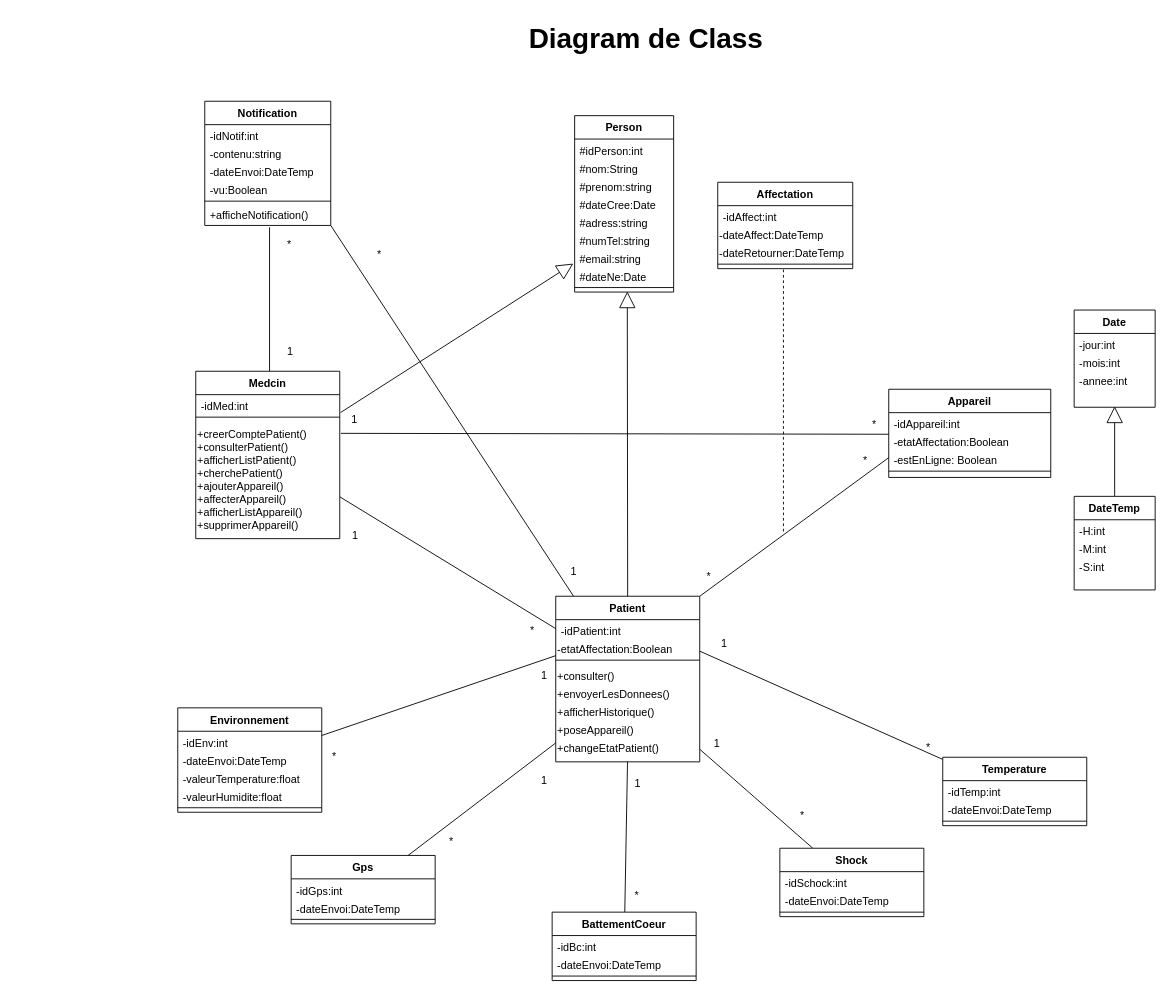
The draw.io diagram Untitled Diagram.drawio in AliAkram7/Univ-MLT-v01, before the edit. Source tidied: cells renumbered, new cells numbered last; positions are measured from the earlier drawing's top-left corner, leaving out a move shared by most shapes. Both pictures are drawn from the tidied source at 90%, with x=0, y=0 at pixel (15, 15).
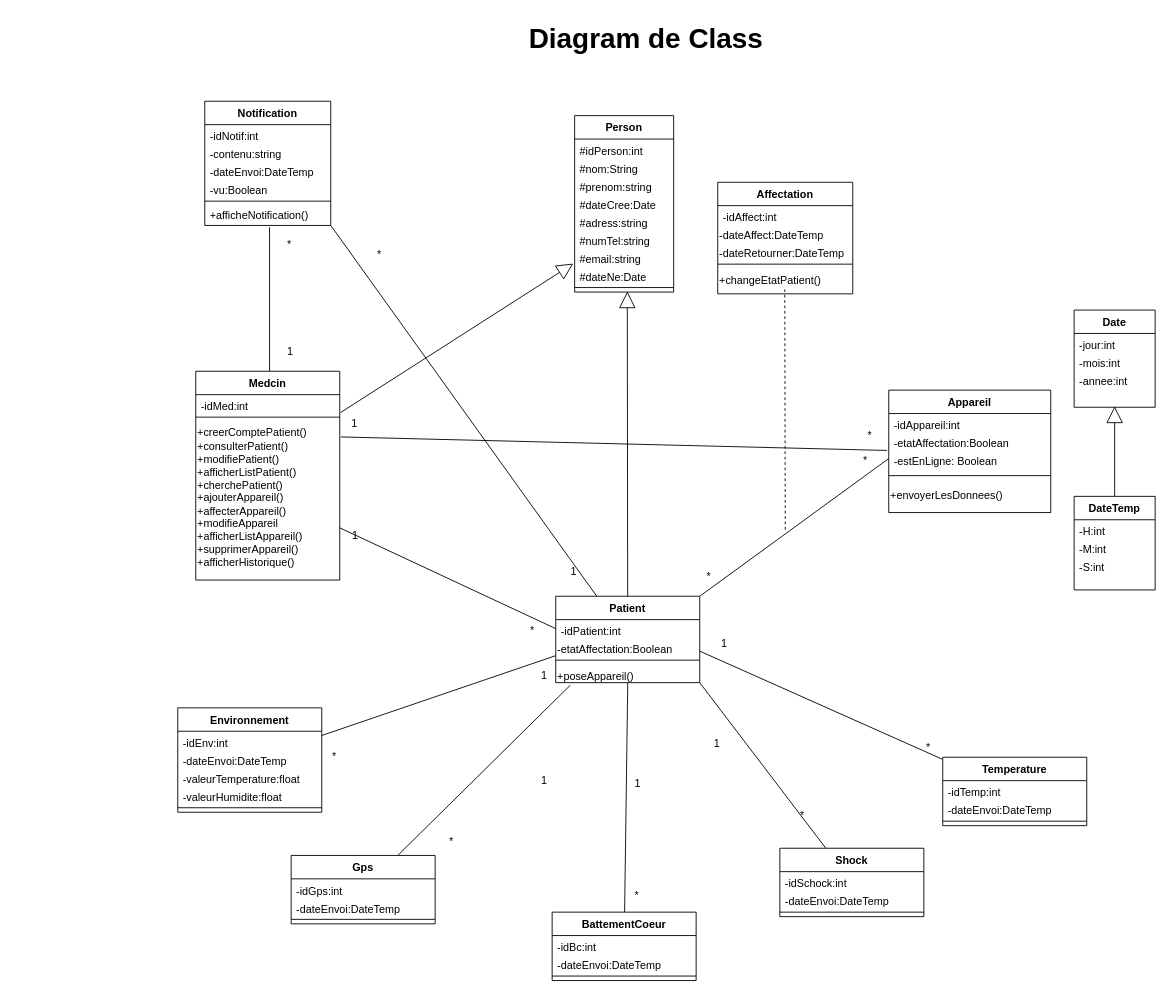
After the change.

The change refers to these unchanged cells:
```xml
<mxCell id="10" value="-etatAffectation:Boolean" style="text;align=left;verticalAlign=top;spacingLeft=4;spacingRight=4;overflow=hidden;points=[[0,0.5],[1,0.5]];portConstraint=eastwest;rounded=0;shadow=0;html=0;" parent="8" vertex="1">
  <mxGeometry y="46" width="180" height="20" as="geometry" />
</mxCell>
<mxCell id="45" value="Gps" style="swimlane;fontStyle=1;align=center;verticalAlign=top;horizontal=1;startSize=26;" parent="1" vertex="1">
  <mxGeometry x="306" y="933" width="160" height="76" as="geometry" />
</mxCell>
<mxCell id="57" value="BattementCoeur" style="swimlane;fontStyle=1;align=center;verticalAlign=top;horizontal=1;startSize=26;" parent="1" vertex="1">
  <mxGeometry x="596" y="996" width="160" height="76" as="geometry" />
</mxCell>
<mxCell id="62" value="Shock" style="swimlane;fontStyle=1;align=center;verticalAlign=top;horizontal=1;startSize=26;" parent="1" vertex="1">
  <mxGeometry x="849" y="925" width="160" height="76" as="geometry" />
</mxCell>
```

What changed in the source:
```diff
@@
     <mxCell id="4" value="Medcin" style="swimlane;fontStyle=1;align=center;verticalAlign=top;horizontal=1;startSize=26;rounded=0;shadow=0;strokeWidth=1;" parent="1" vertex="1">
-      <mxGeometry x="200" y="395" width="160" height="186" as="geometry" />
+      <mxGeometry x="200" y="395" width="160" height="232" as="geometry" />
     </mxCell>
@@
-    <mxCell id="7" value="&lt;font style=&quot;font-size: 12px;&quot;&gt;&lt;span data-lucid-content=&quot;{&amp;quot;t&amp;quot;:&amp;quot;+creerComptePatient()\n+consulterPatient()\n+signalerPatient()\n+afficherListPatient()\n+cherchePatient()\n+ajouterAppareil()\n+affecterAppareil()\n+afficherListAppareil()\n+supprimerAppareil()\n&amp;quot;,&amp;quot;m&amp;quot;:[{&amp;quot;s&amp;quot;:0,&amp;quot;n&amp;quot;:&amp;quot;c&amp;quot;,&amp;quot;v&amp;quot;:&amp;quot;#333333ff&amp;quot;,&amp;quot;e&amp;quot;:186}]}&quot; style=&quot;font-size: 12px;&quot;&gt;&lt;span style=&quot;font-size: 12px;&quot;&gt;+creerComptePatient()&lt;br style=&quot;font-size: 12px;&quot;&gt;&lt;/span&gt;&lt;/span&gt;&lt;/font&gt;&lt;div&gt;&lt;font style=&quot;font-size: 12px;&quot;&gt;&lt;span data-lucid-content=&quot;{&amp;quot;t&amp;quot;:&amp;quot;+creerComptePatient()\n+consulterPatient()\n+signalerPatient()\n+afficherListPatient()\n+cherchePatient()\n+ajouterAppareil()\n+affecterAppareil()\n+afficherListAppareil()\n+supprimerAppareil()\n&amp;quot;,&amp;quot;m&amp;quot;:[{&amp;quot;s&amp;quot;:0,&amp;quot;n&amp;quot;:&amp;quot;c&amp;quot;,&amp;quot;v&amp;quot;:&amp;quot;#333333ff&amp;quot;,&amp;quot;e&amp;quot;:186}]}&quot; style=&quot;font-size: 12px;&quot;&gt;&lt;span style=&quot;font-size: 12px;&quot;&gt;+consulterPatient()&lt;/span&gt;&lt;span style=&quot;font-size: 12px;&quot;&gt;&lt;br&gt;&lt;/span&gt;&lt;/span&gt;&lt;/font&gt;&lt;/div&gt;&lt;div&gt;&lt;font style=&quot;font-size: 12px;&quot;&gt;&lt;span data-lucid-content=&quot;{&amp;quot;t&amp;quot;:&amp;quot;+creerComptePatient()\n+consulterPatient()\n+signalerPatient()\n+afficherListPatient()\n+cherchePatient()\n+ajouterAppareil()\n+affecterAppareil()\n+afficherListAppareil()\n+supprimerAppareil()\n&amp;quot;,&amp;quot;m&amp;quot;:[{&amp;quot;s&amp;quot;:0,&amp;quot;n&amp;quot;:&amp;quot;c&amp;quot;,&amp;quot;v&amp;quot;:&amp;quot;#333333ff&amp;quot;,&amp;quot;e&amp;quot;:186}]}&quot; style=&quot;font-size: 12px;&quot;&gt;&lt;span style=&quot;font-size: 12px;&quot;&gt;&lt;/span&gt;&lt;/span&gt;&lt;/font&gt;&lt;/div&gt;&lt;font style=&quot;font-size: 12px;&quot;&gt;&lt;span data-lucid-content=&quot;{&amp;quot;t&amp;quot;:&amp;quot;+creerComptePatient()\n+consulterPatient()\n+signalerPatient()\n+afficherListPatient()\n+cherchePatient()\n+ajouterAppareil()\n+affecterAppareil()\n+afficherListAppareil()\n+supprimerAppareil()\n&amp;quot;,&amp;quot;m&amp;quot;:[{&amp;quot;s&amp;quot;:0,&amp;quot;n&amp;quot;:&amp;quot;c&amp;quot;,&amp;quot;v&amp;quot;:&amp;quot;#333333ff&amp;quot;,&amp;quot;e&amp;quot;:186}]}&quot; style=&quot;font-size: 12px;&quot;&gt;&lt;span style=&quot;font-size: 12px;&quot;&gt;+afficherListPatient()&lt;br style=&quot;font-size: 12px;&quot;&gt;&lt;/span&gt;&lt;span style=&quot;font-size: 12px;&quot;&gt;+cherchePatient()&lt;br style=&quot;font-size: 12px;&quot;&gt;&lt;/span&gt;&lt;span style=&quot;font-size: 12px;&quot;&gt;+ajouterAppareil()&lt;br style=&quot;font-size: 12px;&quot;&gt;&lt;/span&gt;&lt;span style=&quot;font-size: 12px;&quot;&gt;+affecterAppareil()&lt;br style=&quot;font-size: 12px;&quot;&gt;&lt;/span&gt;&lt;span style=&quot;font-size: 12px;&quot;&gt;+afficherListAppareil()&lt;br style=&quot;font-size: 12px;&quot;&gt;&lt;/span&gt;&lt;span style=&quot;font-size: 12px;&quot;&gt;+supprimerAppareil()&lt;br style=&quot;font-size: 12px;&quot;&gt;&lt;/span&gt;&lt;/span&gt;&lt;/font&gt;" style="text;html=1;align=left;verticalAlign=middle;points=[];strokeColor=none;fillColor=none;fontSize=12;fontColor=default;horizontal=1;labelBackgroundColor=none;" parent="4" vertex="1">
-      <mxGeometry y="56" width="160" height="130" as="geometry" />
+    <mxCell id="7" value="&lt;font style=&quot;font-size: 12px;&quot;&gt;&lt;span data-lucid-content=&quot;{&amp;quot;t&amp;quot;:&amp;quot;+creerComptePatient()\n+consulterPatient()\n+signalerPatient()\n+afficherListPatient()\n+cherchePatient()\n+ajouterAppareil()\n+affecterAppareil()\n+afficherListAppareil()\n+supprimerAppareil()\n&amp;quot;,&amp;quot;m&amp;quot;:[{&amp;quot;s&amp;quot;:0,&amp;quot;n&amp;quot;:&amp;quot;c&amp;quot;,&amp;quot;v&amp;quot;:&amp;quot;#333333ff&amp;quot;,&amp;quot;e&amp;quot;:186}]}&quot; style=&quot;font-size: 12px;&quot;&gt;&lt;span style=&quot;font-size: 12px;&quot;&gt;+creerComptePatient()&lt;br style=&quot;font-size: 12px;&quot;&gt;&lt;/span&gt;&lt;/span&gt;&lt;/font&gt;&lt;div&gt;&lt;font style=&quot;font-size: 12px;&quot;&gt;&lt;span data-lucid-content=&quot;{&amp;quot;t&amp;quot;:&amp;quot;+creerComptePatient()\n+consulterPatient()\n+signalerPatient()\n+afficherListPatient()\n+cherchePatient()\n+ajouterAppareil()\n+affecterAppareil()\n+afficherListAppareil()\n+supprimerAppareil()\n&amp;quot;,&amp;quot;m&amp;quot;:[{&amp;quot;s&amp;quot;:0,&amp;quot;n&amp;quot;:&amp;quot;c&amp;quot;,&amp;quot;v&amp;quot;:&amp;quot;#333333ff&amp;quot;,&amp;quot;e&amp;quot;:186}]}&quot; style=&quot;font-size: 12px;&quot;&gt;&lt;span style=&quot;font-size: 12px;&quot;&gt;+consulterPatient()&lt;/span&gt;&lt;span style=&quot;font-size: 12px;&quot;&gt;&lt;br&gt;&lt;/span&gt;&lt;/span&gt;&lt;/font&gt;&lt;/div&gt;&lt;div&gt;&lt;font style=&quot;font-size: 12px;&quot;&gt;&lt;span data-lucid-content=&quot;{&amp;quot;t&amp;quot;:&amp;quot;+creerComptePatient()\n+consulterPatient()\n+signalerPatient()\n+afficherListPatient()\n+cherchePatient()\n+ajouterAppareil()\n+affecterAppareil()\n+afficherListAppareil()\n+supprimerAppareil()\n&amp;quot;,&amp;quot;m&amp;quot;:[{&amp;quot;s&amp;quot;:0,&amp;quot;n&amp;quot;:&amp;quot;c&amp;quot;,&amp;quot;v&amp;quot;:&amp;quot;#333333ff&amp;quot;,&amp;quot;e&amp;quot;:186}]}&quot; style=&quot;font-size: 12px;&quot;&gt;&lt;span style=&quot;font-size: 12px;&quot;&gt;+modifiePatient()&lt;br&gt;&lt;/span&gt;&lt;/span&gt;&lt;/font&gt;&lt;/div&gt;&lt;div&gt;&lt;font style=&quot;font-size: 12px;&quot;&gt;&lt;span data-lucid-content=&quot;{&amp;quot;t&amp;quot;:&amp;quot;+creerComptePatient()\n+consulterPatient()\n+signalerPatient()\n+afficherListPatient()\n+cherchePatient()\n+ajouterAppareil()\n+affecterAppareil()\n+afficherListAppareil()\n+supprimerAppareil()\n&amp;quot;,&amp;quot;m&amp;quot;:[{&amp;quot;s&amp;quot;:0,&amp;quot;n&amp;quot;:&amp;quot;c&amp;quot;,&amp;quot;v&amp;quot;:&amp;quot;#333333ff&amp;quot;,&amp;quot;e&amp;quot;:186}]}&quot; style=&quot;font-size: 12px;&quot;&gt;&lt;span style=&quot;font-size: 12px;&quot;&gt;&lt;/span&gt;&lt;/span&gt;&lt;/font&gt;&lt;/div&gt;&lt;font style=&quot;font-size: 12px;&quot;&gt;&lt;span data-lucid-content=&quot;{&amp;quot;t&amp;quot;:&amp;quot;+creerComptePatient()\n+consulterPatient()\n+signalerPatient()\n+afficherListPatient()\n+cherchePatient()\n+ajouterAppareil()\n+affecterAppareil()\n+afficherListAppareil()\n+supprimerAppareil()\n&amp;quot;,&amp;quot;m&amp;quot;:[{&amp;quot;s&amp;quot;:0,&amp;quot;n&amp;quot;:&amp;quot;c&amp;quot;,&amp;quot;v&amp;quot;:&amp;quot;#333333ff&amp;quot;,&amp;quot;e&amp;quot;:186}]}&quot; style=&quot;font-size: 12px;&quot;&gt;&lt;span style=&quot;font-size: 12px;&quot;&gt;+afficherListPatient()&lt;br style=&quot;font-size: 12px;&quot;&gt;&lt;/span&gt;&lt;span style=&quot;font-size: 12px;&quot;&gt;+cherchePatient()&lt;br style=&quot;font-size: 12px;&quot;&gt;&lt;/span&gt;&lt;span style=&quot;font-size: 12px;&quot;&gt;+ajouterAppareil()&lt;br style=&quot;font-size: 12px;&quot;&gt;&lt;/span&gt;&lt;/span&gt;&lt;/font&gt;&lt;div&gt;&lt;font style=&quot;font-size: 12px;&quot;&gt;&lt;span data-lucid-content=&quot;{&amp;quot;t&amp;quot;:&amp;quot;+creerComptePatient()\n+consulterPatient()\n+signalerPatient()\n+afficherListPatient()\n+cherchePatient()\n+ajouterAppareil()\n+affecterAppareil()\n+afficherListAppareil()\n+supprimerAppareil()\n&amp;quot;,&amp;quot;m&amp;quot;:[{&amp;quot;s&amp;quot;:0,&amp;quot;n&amp;quot;:&amp;quot;c&amp;quot;,&amp;quot;v&amp;quot;:&amp;quot;#333333ff&amp;quot;,&amp;quot;e&amp;quot;:186}]}&quot; style=&quot;font-size: 12px;&quot;&gt;&lt;span style=&quot;font-size: 12px;&quot;&gt;+affecterAppareil()&lt;/span&gt;&lt;/span&gt;&lt;/font&gt;&lt;/div&gt;&lt;div&gt;&lt;font style=&quot;font-size: 12px;&quot;&gt;&lt;span data-lucid-content=&quot;{&amp;quot;t&amp;quot;:&amp;quot;+creerComptePatient()\n+consulterPatient()\n+signalerPatient()\n+afficherListPatient()\n+cherchePatient()\n+ajouterAppareil()\n+affecterAppareil()\n+afficherListAppareil()\n+supprimerAppareil()\n&amp;quot;,&amp;quot;m&amp;quot;:[{&amp;quot;s&amp;quot;:0,&amp;quot;n&amp;quot;:&amp;quot;c&amp;quot;,&amp;quot;v&amp;quot;:&amp;quot;#333333ff&amp;quot;,&amp;quot;e&amp;quot;:186}]}&quot; style=&quot;font-size: 12px;&quot;&gt;&lt;span style=&quot;font-size: 12px;&quot;&gt;+modifieAppareil&lt;br&gt;&lt;/span&gt;&lt;/span&gt;&lt;/font&gt;&lt;/div&gt;&lt;div&gt;&lt;font style=&quot;font-size: 12px;&quot;&gt;&lt;span data-lucid-content=&quot;{&amp;quot;t&amp;quot;:&amp;quot;+creerComptePatient()\n+consulterPatient()\n+signalerPatient()\n+afficherListPatient()\n+cherchePatient()\n+ajouterAppareil()\n+affecterAppareil()\n+afficherListAppareil()\n+supprimerAppareil()\n&amp;quot;,&amp;quot;m&amp;quot;:[{&amp;quot;s&amp;quot;:0,&amp;quot;n&amp;quot;:&amp;quot;c&amp;quot;,&amp;quot;v&amp;quot;:&amp;quot;#333333ff&amp;quot;,&amp;quot;e&amp;quot;:186}]}&quot; style=&quot;font-size: 12px;&quot;&gt;&lt;span style=&quot;font-size: 12px;&quot;&gt;&lt;/span&gt;&lt;/span&gt;&lt;/font&gt;&lt;/div&gt;&lt;font style=&quot;font-size: 12px;&quot;&gt;&lt;span data-lucid-content=&quot;{&amp;quot;t&amp;quot;:&amp;quot;+creerComptePatient()\n+consulterPatient()\n+signalerPatient()\n+afficherListPatient()\n+cherchePatient()\n+ajouterAppareil()\n+affecterAppareil()\n+afficherListAppareil()\n+supprimerAppareil()\n&amp;quot;,&amp;quot;m&amp;quot;:[{&amp;quot;s&amp;quot;:0,&amp;quot;n&amp;quot;:&amp;quot;c&amp;quot;,&amp;quot;v&amp;quot;:&amp;quot;#333333ff&amp;quot;,&amp;quot;e&amp;quot;:186}]}&quot; style=&quot;font-size: 12px;&quot;&gt;&lt;span style=&quot;font-size: 12px;&quot;&gt;+afficherListAppareil()&lt;br style=&quot;font-size: 12px;&quot;&gt;&lt;/span&gt;&lt;/span&gt;&lt;/font&gt;&lt;div&gt;&lt;font style=&quot;font-size: 12px;&quot;&gt;&lt;span data-lucid-content=&quot;{&amp;quot;t&amp;quot;:&amp;quot;+creerComptePatient()\n+consulterPatient()\n+signalerPatient()\n+afficherListPatient()\n+cherchePatient()\n+ajouterAppareil()\n+affecterAppareil()\n+afficherListAppareil()\n+supprimerAppareil()\n&amp;quot;,&amp;quot;m&amp;quot;:[{&amp;quot;s&amp;quot;:0,&amp;quot;n&amp;quot;:&amp;quot;c&amp;quot;,&amp;quot;v&amp;quot;:&amp;quot;#333333ff&amp;quot;,&amp;quot;e&amp;quot;:186}]}&quot; style=&quot;font-size: 12px;&quot;&gt;&lt;span style=&quot;font-size: 12px;&quot;&gt;+supprimerAppareil()&lt;br&gt;&lt;/span&gt;&lt;/span&gt;&lt;/font&gt;&lt;/div&gt;&lt;div&gt;+afficherHistorique()&lt;/div&gt;&lt;div&gt;&lt;font style=&quot;font-size: 12px;&quot;&gt;&lt;span data-lucid-content=&quot;{&amp;quot;t&amp;quot;:&amp;quot;+creerComptePatient()\n+consulterPatient()\n+signalerPatient()\n+afficherListPatient()\n+cherchePatient()\n+ajouterAppareil()\n+affecterAppareil()\n+afficherListAppareil()\n+supprimerAppareil()\n&amp;quot;,&amp;quot;m&amp;quot;:[{&amp;quot;s&amp;quot;:0,&amp;quot;n&amp;quot;:&amp;quot;c&amp;quot;,&amp;quot;v&amp;quot;:&amp;quot;#333333ff&amp;quot;,&amp;quot;e&amp;quot;:186}]}&quot; style=&quot;font-size: 12px;&quot;&gt;&lt;/span&gt;&lt;/font&gt;&lt;/div&gt;" style="text;html=1;align=left;verticalAlign=middle;points=[];strokeColor=none;fillColor=none;fontSize=12;fontColor=default;horizontal=1;labelBackgroundColor=none;" parent="4" vertex="1">
+      <mxGeometry y="56" width="160" height="170" as="geometry" />
     </mxCell>
     <mxCell id="8" value="Appareil" style="swimlane;fontStyle=1;align=center;verticalAlign=top;horizontal=1;startSize=26;rounded=0;shadow=0;strokeWidth=1;" parent="1" vertex="1">
-      <mxGeometry x="970" y="415" width="180" height="98" as="geometry" />
+      <mxGeometry x="970" y="416" width="180" height="136" as="geometry" />
     </mxCell>
@@
-    <mxCell id="12" style="line;html=1;strokeWidth=1;align=left;verticalAlign=middle;spacingTop=-1;spacingLeft=3;spacingRight=3;labelPosition=right;" parent="8" vertex="1">
-      <mxGeometry y="86" width="180" height="10" as="geometry" />
+    <mxCell id="12" style="line;html=1;strokeWidth=1;align=left;verticalAlign=middle;spacingTop=-1;spacingLeft=3;spacingRight=3;labelPosition=right;fillColor=default;" parent="8" vertex="1">
+      <mxGeometry y="86" width="180" height="18" as="geometry" />
     </mxCell>
+    <mxCell id="24" value="+envoyerLesDonnees()" style="text;strokeColor=none;align=left;fillColor=none;html=1;verticalAlign=top;whiteSpace=wrap;rounded=0;" parent="8" vertex="1">
+      <mxGeometry y="104" width="180" height="20" as="geometry" />
+    </mxCell>
-    <mxCell id="13" style="endArrow=none;shadow=0;strokeWidth=1;rounded=0;endFill=0;elbow=vertical;startArrow=none;startFill=0;exitX=1.008;exitY=0.1;exitDx=0;exitDy=0;exitPerimeter=0;" parent="1" edge="1" source="7">
+    <mxCell id="13" style="endArrow=none;shadow=0;strokeWidth=1;rounded=0;endFill=0;elbow=vertical;startArrow=none;startFill=0;exitX=1.008;exitY=0.1;exitDx=0;exitDy=0;exitPerimeter=0;entryX=-0.011;entryY=1.05;entryDx=0;entryDy=0;entryPerimeter=0;" parent="1" edge="1" source="7" target="10">
       <mxGeometry x="0.5" y="41" relative="1" as="geometry">
-        <mxPoint x="970" y="465" as="targetPoint" />
         <mxPoint x="-40" y="32" as="offset" />
       </mxGeometry>
     </mxCell>
@@
     <mxCell id="15" value="*" style="align=left;verticalAlign=bottom;labelBackgroundColor=none;fontSize=12;" parent="1" vertex="1">
-      <mxGeometry x="950" y="463" as="geometry" />
+      <mxGeometry x="945" y="475" as="geometry" />
     </mxCell>
@@
     <mxCell id="19" value="Patient" style="swimlane;fontStyle=1;align=center;verticalAlign=top;horizontal=1;startSize=26;" parent="1" vertex="1">
-      <mxGeometry x="600" y="645" width="160" height="184" as="geometry" />
+      <mxGeometry x="600" y="645" width="160" height="96" as="geometry" />
     </mxCell>
@@
-    <mxCell id="23" value="&lt;div&gt;+consulter()&lt;/div&gt;&lt;div&gt;&lt;br&gt;&lt;/div&gt;&lt;div&gt;&lt;br&gt;&lt;/div&gt;" style="text;strokeColor=none;align=left;fillColor=none;html=1;verticalAlign=top;whiteSpace=wrap;rounded=0;" parent="19" vertex="1">
-      <mxGeometry y="76" width="160" height="20" as="geometry" />
-    </mxCell>
-    <mxCell id="24" value="+envoyerLesDonnees()" style="text;strokeColor=none;align=left;fillColor=none;html=1;verticalAlign=top;whiteSpace=wrap;rounded=0;" parent="19" vertex="1">
-      <mxGeometry y="96" width="160" height="20" as="geometry" />
-    </mxCell>
-    <mxCell id="25" value="+afficherHistorique()" style="text;whiteSpace=wrap;html=1;fontSize=12;fontColor=default;" parent="19" vertex="1">
-      <mxGeometry y="116" width="160" height="20" as="geometry" />
-    </mxCell>
     <mxCell id="26" value="+poseAppareil()" style="text;strokeColor=none;align=left;fillColor=none;html=1;verticalAlign=top;whiteSpace=wrap;rounded=0;" parent="19" vertex="1">
-      <mxGeometry y="136" width="160" height="20" as="geometry" />
+      <mxGeometry y="76" width="160" height="20" as="geometry" />
     </mxCell>
-    <mxCell id="27" value="+changeEtatPatient()" style="text;strokeColor=none;align=left;fillColor=none;html=1;verticalAlign=top;whiteSpace=wrap;rounded=0;" parent="19" vertex="1">
-      <mxGeometry y="156" width="160" height="28" as="geometry" />
-    </mxCell>
@@
     <mxCell id="29" style="edgeStyle=none;orthogonalLoop=1;jettySize=auto;html=1;strokeColor=default;startArrow=none;startFill=0;endArrow=none;endFill=0;dashed=1;" parent="1" edge="1">
       <mxGeometry relative="1" as="geometry">
-        <mxPoint x="853" y="282" as="sourcePoint" />
-        <mxPoint x="853" y="575" as="targetPoint" />
+        <mxPoint x="854.5" y="304" as="sourcePoint" />
+        <mxPoint x="855" y="574" as="targetPoint" />
       </mxGeometry>
     </mxCell>
     <mxCell id="30" value="Affectation" style="swimlane;fontStyle=1;align=center;verticalAlign=top;horizontal=1;startSize=26;" parent="1" vertex="1">
-      <mxGeometry x="780" y="185" width="150" height="96" as="geometry" />
+      <mxGeometry x="780" y="185" width="150" height="124" as="geometry" />
     </mxCell>
@@
+    <mxCell id="27" value="+changeEtatPatient()" style="text;strokeColor=none;align=left;fillColor=none;html=1;verticalAlign=top;whiteSpace=wrap;rounded=0;" parent="30" vertex="1">
+      <mxGeometry y="96" width="150" height="28" as="geometry" />
+    </mxCell>
@@
-    <mxCell id="44" style="edgeStyle=none;jettySize=auto;html=1;strokeColor=default;startArrow=none;startFill=0;endArrow=none;endFill=0;exitX=0;exitY=0.25;exitDx=0;exitDy=0;" parent="1" edge="1" source="27" target="45">
+    <mxCell id="44" style="edgeStyle=none;jettySize=auto;html=1;strokeColor=default;startArrow=none;startFill=0;endArrow=none;endFill=0;exitX=0.1;exitY=1.15;exitDx=0;exitDy=0;exitPerimeter=0;" parent="1" edge="1" source="26" target="45">
       <mxGeometry relative="1" as="geometry" />
     </mxCell>
@@
-    <mxCell id="56" style="edgeStyle=none;jettySize=auto;html=1;strokeColor=default;startArrow=none;startFill=0;endArrow=none;endFill=0;" parent="1" edge="1" source="27" target="57">
+    <mxCell id="56" style="edgeStyle=none;jettySize=auto;html=1;strokeColor=default;startArrow=none;startFill=0;endArrow=none;endFill=0;exitX=0.5;exitY=1;exitDx=0;exitDy=0;" parent="1" edge="1" source="26" target="57">
       <mxGeometry relative="1" as="geometry" />
     </mxCell>
@@
-    <mxCell id="61" style="edgeStyle=none;jettySize=auto;html=1;strokeColor=default;startArrow=none;startFill=0;endArrow=none;endFill=0;exitX=1;exitY=0.5;exitDx=0;exitDy=0;" parent="1" edge="1" source="27" target="62">
+    <mxCell id="61" style="edgeStyle=none;jettySize=auto;html=1;strokeColor=default;startArrow=none;startFill=0;endArrow=none;endFill=0;exitX=1;exitY=1;exitDx=0;exitDy=0;" parent="1" edge="1" source="26" target="62">
       <mxGeometry relative="1" as="geometry" />
     </mxCell>
```
